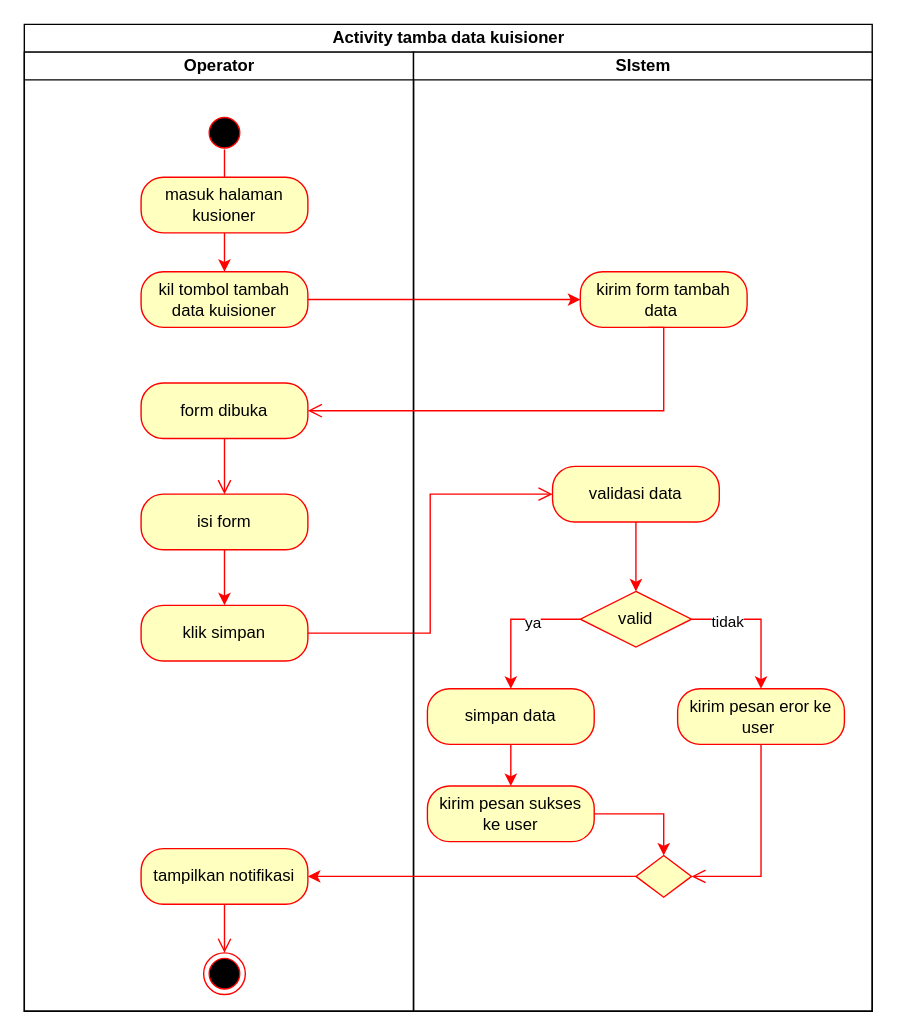
This is activity diagram tambah data kuisioner.drawio from zzarr/Tugas-Akhir, a draw.io file, before an edit. Source tidied: cells renumbered, new cells numbered last; positions are measured from the earlier drawing's top-left corner, leaving out a move shared by most shapes. Both pictures are drawn from the tidied source at 139%, with x=0, y=0 at pixel (24, 24).
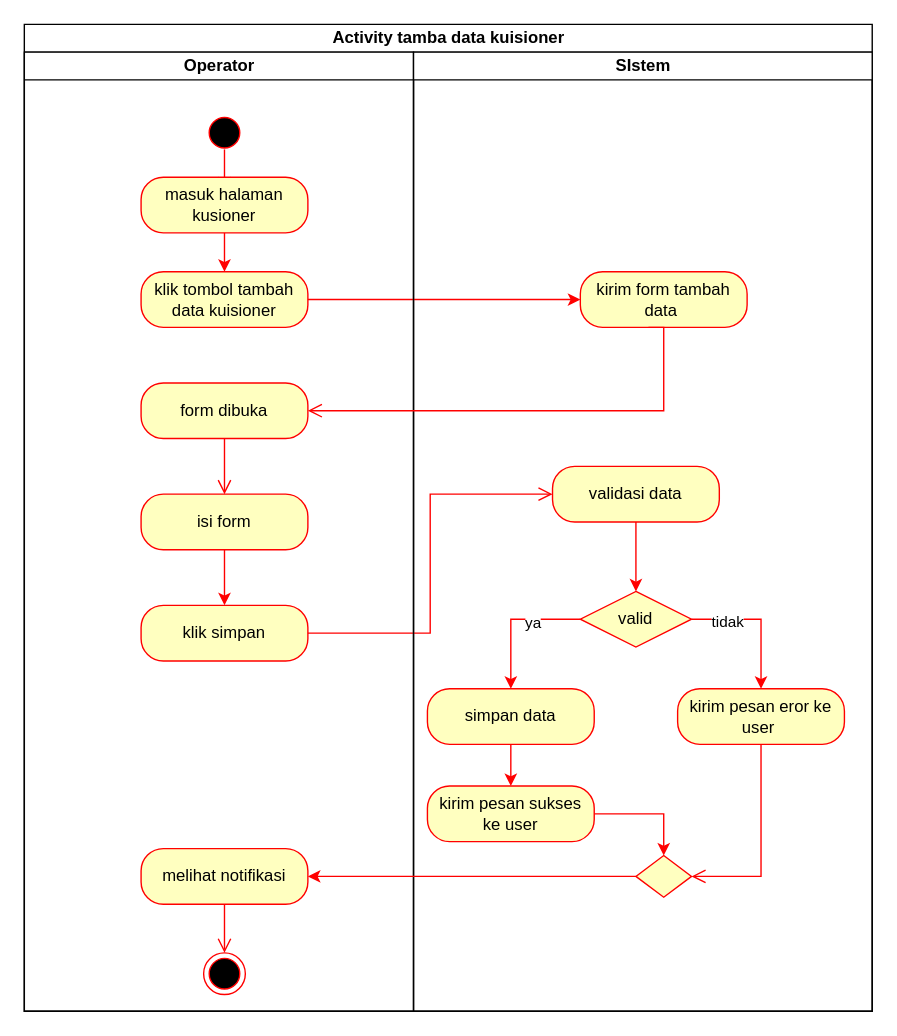
The same diagram, later.

The change refers to these unchanged cells:
```xml
<mxCell id="3" value="Operator" style="swimlane;startSize=20;html=1;" parent="2" vertex="1">
  <mxGeometry y="20" width="280" height="690" as="geometry" />
</mxCell>
```

Diff of the diagram source:
```diff
@@
-    <mxCell id="6" value="kil tombol tambah data kuisioner" style="rounded=1;whiteSpace=wrap;html=1;arcSize=40;fontColor=#000000;fillColor=#ffffc0;strokeColor=#ff0000;" parent="3" vertex="1">
+    <mxCell id="6" value="klik tombol tambah data kuisioner" style="rounded=1;whiteSpace=wrap;html=1;arcSize=40;fontColor=#000000;fillColor=#ffffc0;strokeColor=#ff0000;" parent="3" vertex="1">
       <mxGeometry x="84" y="158" width="120" height="40" as="geometry" />
     </mxCell>
@@
-    <mxCell id="13" value="tampilkan notifikasi" style="rounded=1;whiteSpace=wrap;html=1;arcSize=40;fontColor=#000000;fillColor=#ffffc0;strokeColor=#ff0000;" parent="3" vertex="1">
+    <mxCell id="13" value="melihat notifikasi" style="rounded=1;whiteSpace=wrap;html=1;arcSize=40;fontColor=#000000;fillColor=#ffffc0;strokeColor=#ff0000;" parent="3" vertex="1">
       <mxGeometry x="84" y="573" width="120" height="40" as="geometry" />
     </mxCell>
```
